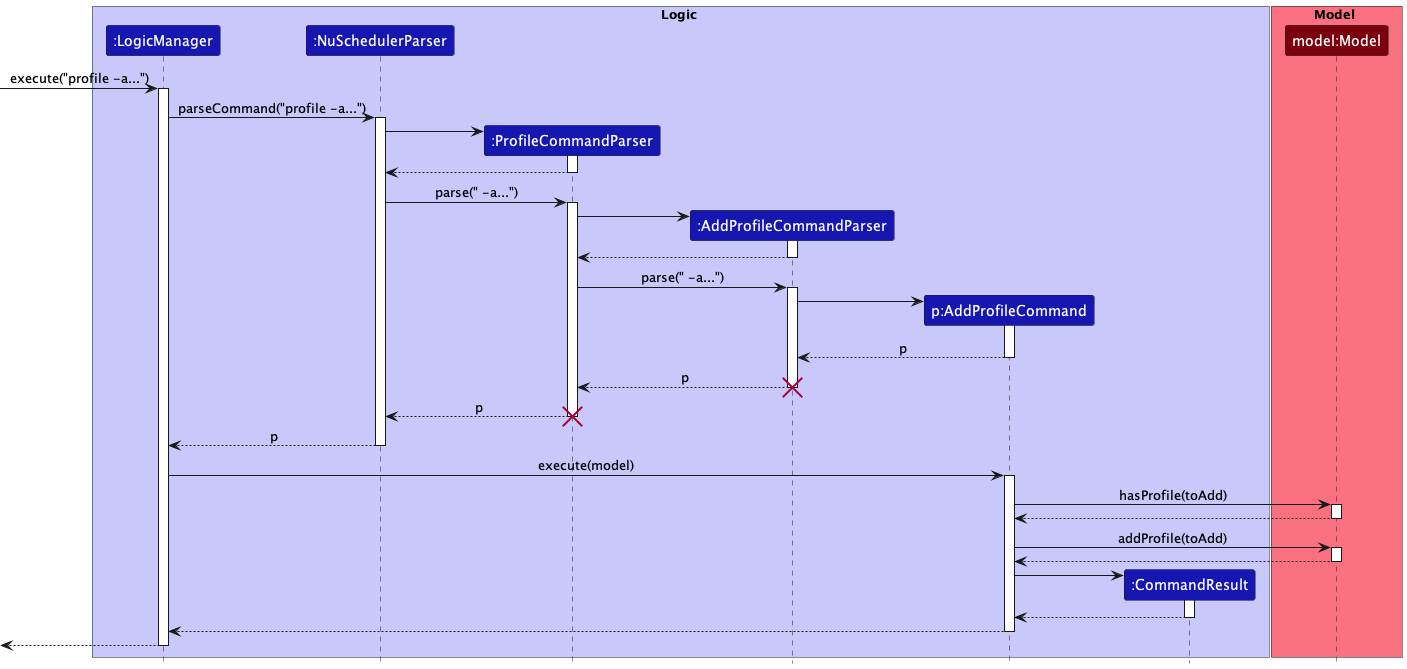
Above: docs/images/commands/AddProfileCommandSequenceDiagram.png in nus-cs2103-AY2223S1/tp (PlantUML), before the change.
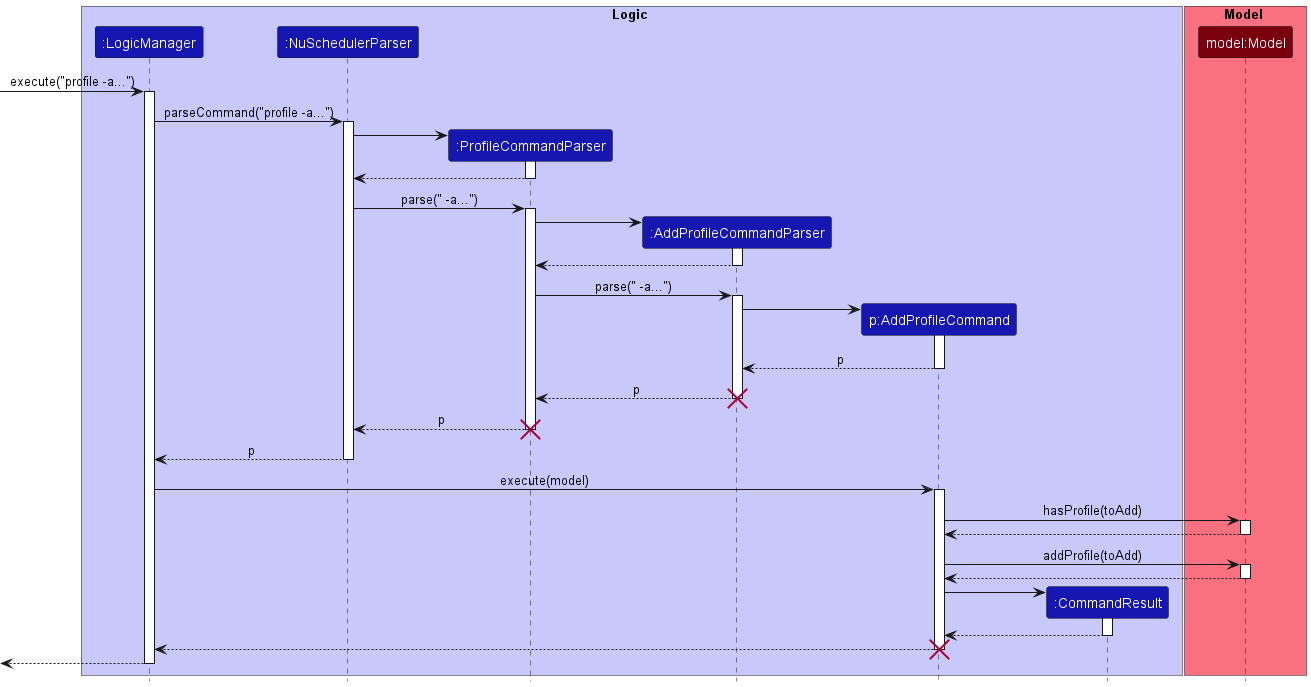
The same diagram one commit later.

Change to the diagram source:
```diff
@@ -46,6 +46,7 @@
 addProfileCommand -> commandResult++
 return
 return
+destroy addProfileCommand
 return
 
 @enduml
```
